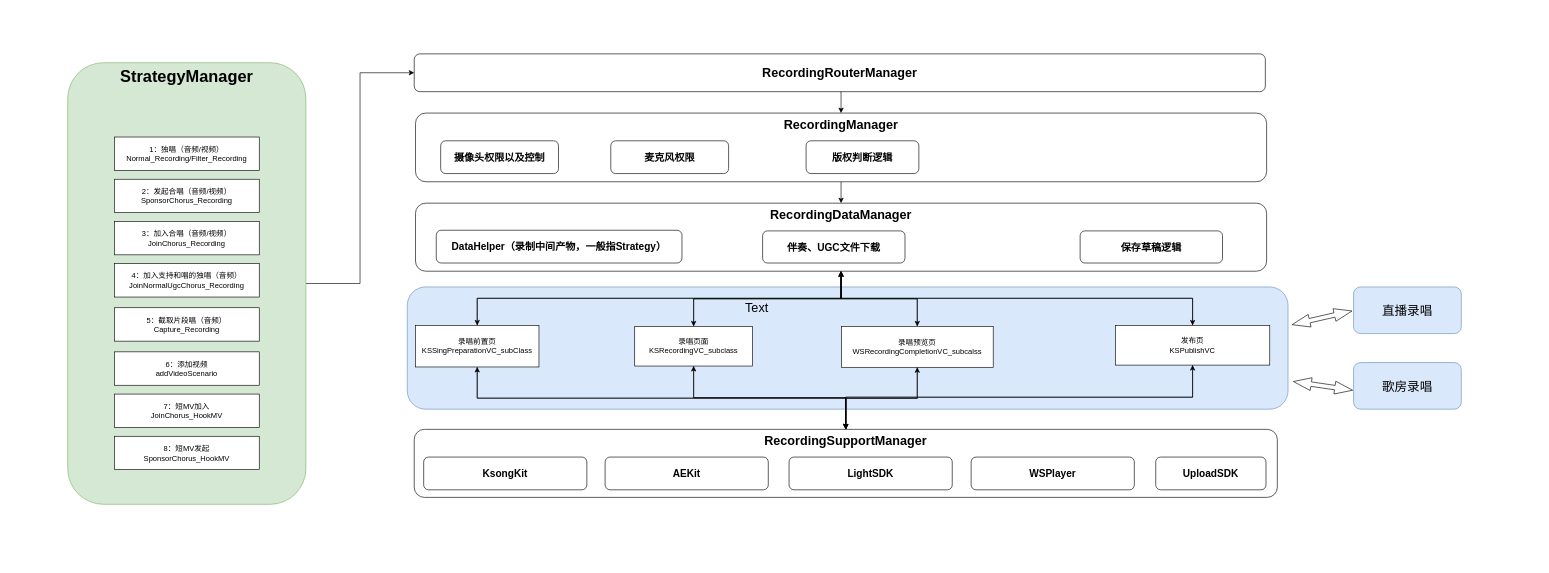
The draw.io diagram NewRecord.drawio in MolierQueen/Xmind, before the edit. Source tidied: cells renumbered, new cells numbered last; positions are measured from the earlier drawing's top-left corner, leaving out a move shared by most shapes. Both pictures are drawn from the tidied source at 63%, with x=0, y=0 at pixel (11, 12).
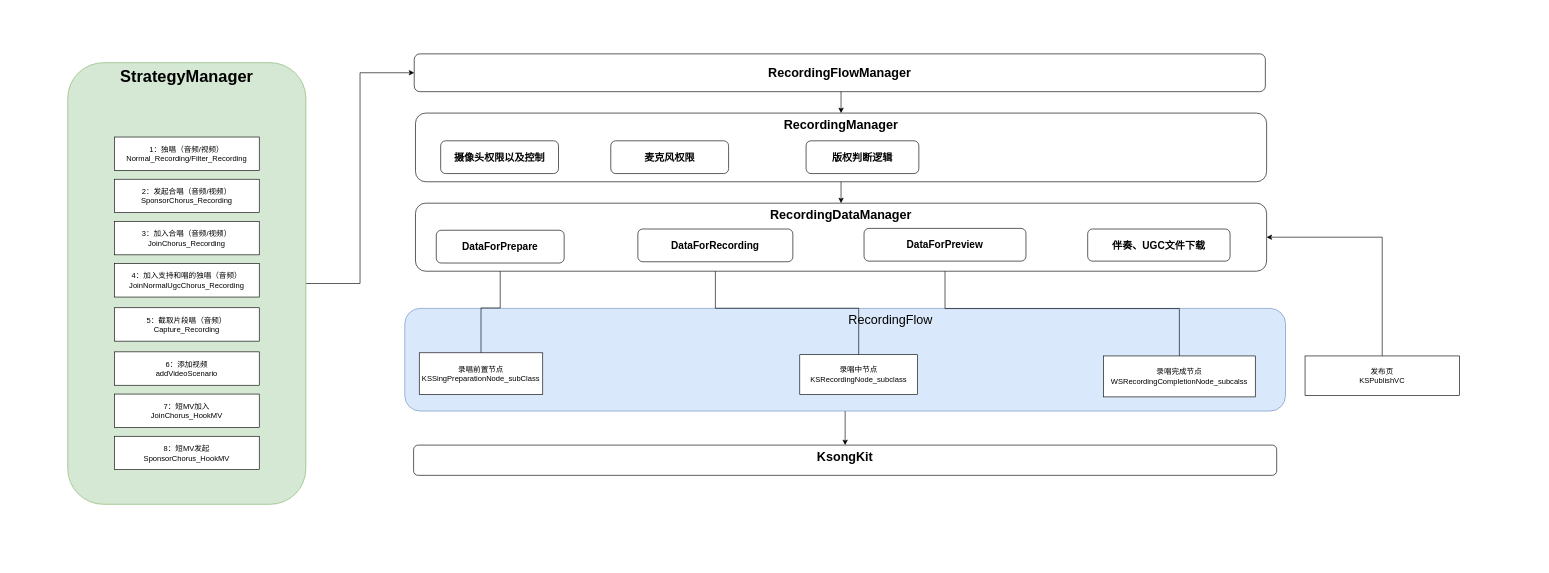
The same diagram, later.

The change refers to these unchanged cells:
```xml
<mxCell id="35" value="&lt;font style=&quot;font-size: 20px&quot;&gt;RecordingDataManager&lt;/font&gt;" style="rounded=1;whiteSpace=wrap;html=1;verticalAlign=top;fontStyle=1;fontSize=16;" parent="1" vertex="1">
  <mxGeometry x="642" y="303" width="1351" height="108" as="geometry" />
</mxCell>
```

The edit, as a diff of the source:
```diff
@@
+    <mxCell id="62" style="edgeStyle=orthogonalEdgeStyle;rounded=0;jettySize=auto;html=1;exitX=0.5;exitY=1;exitDx=0;exitDy=0;entryX=0.5;entryY=0;entryDx=0;entryDy=0;" parent="1" edge="1" source="2" target="46">
+      <mxGeometry relative="1" as="geometry" />
+    </mxCell>
-    <mxCell id="2" style="rounded=1;whiteSpace=wrap;html=1;fontSize=20;verticalAlign=middle;fillColor=#dae8fc;strokeColor=#6c8ebf;" parent="1" vertex="1">
-      <mxGeometry x="629" y="436" width="1398" height="194" as="geometry" />
+    <mxCell id="2" value="&amp;nbsp; &amp;nbsp; &amp;nbsp; &amp;nbsp; &amp;nbsp; &amp;nbsp; &amp;nbsp; &amp;nbsp; &amp;nbsp; &amp;nbsp; &amp;nbsp; &amp;nbsp; &amp;nbsp; RecordingFlow" style="rounded=1;whiteSpace=wrap;html=1;fontSize=20;verticalAlign=top;fillColor=#dae8fc;strokeColor=#6c8ebf;" parent="1" vertex="1">
+      <mxGeometry x="625" y="470" width="1398" height="163" as="geometry" />
     </mxCell>
@@
-    <mxCell id="18" style="edgeStyle=orthogonalEdgeStyle;rounded=0;jettySize=auto;html=1;exitX=0.5;exitY=1;exitDx=0;exitDy=0;entryX=0.5;entryY=0;entryDx=0;entryDy=0;fontSize=20;" parent="1" edge="1" source="20" target="46">
-      <mxGeometry relative="1" as="geometry" />
-    </mxCell>
-    <mxCell id="19" style="edgeStyle=orthogonalEdgeStyle;rounded=0;jettySize=auto;html=1;exitX=0.5;exitY=0;exitDx=0;exitDy=0;entryX=0.5;entryY=1;entryDx=0;entryDy=0;fontSize=20;" parent="1" edge="1" source="20" target="35">
-      <mxGeometry relative="1" as="geometry" />
-    </mxCell>
+    <mxCell id="63" style="edgeStyle=orthogonalEdgeStyle;rounded=0;jettySize=auto;html=1;exitX=0.5;exitY=0;exitDx=0;exitDy=0;" parent="1" edge="1" source="20" target="38">
+      <mxGeometry relative="1" as="geometry" />
+    </mxCell>
-    <mxCell id="20" value="&lt;div&gt;录唱前置页&lt;/div&gt;&lt;div&gt;KSSingPreparationVC_subClass&lt;/div&gt;" style="rounded=0;whiteSpace=wrap;html=1;" parent="1" vertex="1">
-      <mxGeometry x="642" y="497" width="196" height="66" as="geometry" />
+    <mxCell id="20" value="&lt;div&gt;录唱前置节点&lt;/div&gt;&lt;div&gt;KSSingPreparationNode_subClass&lt;/div&gt;" style="rounded=0;whiteSpace=wrap;html=1;" parent="1" vertex="1">
+      <mxGeometry x="648" y="540.5" width="196" height="66" as="geometry" />
     </mxCell>
-    <mxCell id="21" style="edgeStyle=orthogonalEdgeStyle;rounded=0;jettySize=auto;html=1;exitX=0.5;exitY=1;exitDx=0;exitDy=0;entryX=0.5;entryY=0;entryDx=0;entryDy=0;fontSize=20;" parent="1" edge="1" source="23" target="46">
-      <mxGeometry relative="1" as="geometry" />
-    </mxCell>
-    <mxCell id="22" style="edgeStyle=orthogonalEdgeStyle;rounded=0;jettySize=auto;html=1;exitX=0.5;exitY=0;exitDx=0;exitDy=0;entryX=0.5;entryY=1;entryDx=0;entryDy=0;fontSize=20;" parent="1" edge="1" source="23" target="35">
-      <mxGeometry relative="1" as="geometry" />
-    </mxCell>
+    <mxCell id="64" style="edgeStyle=orthogonalEdgeStyle;rounded=0;jettySize=auto;html=1;exitX=0.5;exitY=0;exitDx=0;exitDy=0;entryX=0.5;entryY=1;entryDx=0;entryDy=0;" parent="1" edge="1" source="23" target="66">
+      <mxGeometry relative="1" as="geometry" />
+    </mxCell>
-    <mxCell id="23" value="录唱页面&lt;br&gt;KSRecordingVC_subclass" style="rounded=0;whiteSpace=wrap;html=1;" parent="1" vertex="1">
-      <mxGeometry x="990" y="498.5" width="187" height="63" as="geometry" />
+    <mxCell id="23" value="录唱中节点&lt;br&gt;KSRecordingNode_subclass" style="rounded=0;whiteSpace=wrap;html=1;" parent="1" vertex="1">
+      <mxGeometry x="1252" y="543.5" width="187" height="63" as="geometry" />
     </mxCell>
-    <mxCell id="24" style="edgeStyle=orthogonalEdgeStyle;rounded=0;jettySize=auto;html=1;exitX=0.5;exitY=1;exitDx=0;exitDy=0;entryX=0.5;entryY=0;entryDx=0;entryDy=0;fontSize=20;" parent="1" edge="1" source="26" target="46">
-      <mxGeometry relative="1" as="geometry" />
-    </mxCell>
-    <mxCell id="25" style="edgeStyle=orthogonalEdgeStyle;rounded=0;jettySize=auto;html=1;exitX=0.5;exitY=0;exitDx=0;exitDy=0;entryX=0.5;entryY=1;entryDx=0;entryDy=0;fontSize=20;" parent="1" edge="1" source="26" target="35">
-      <mxGeometry relative="1" as="geometry" />
-    </mxCell>
+    <mxCell id="65" style="edgeStyle=orthogonalEdgeStyle;rounded=0;jettySize=auto;html=1;exitX=0.5;exitY=0;exitDx=0;exitDy=0;entryX=0.5;entryY=1;entryDx=0;entryDy=0;" parent="1" edge="1" source="26" target="67">
+      <mxGeometry relative="1" as="geometry" />
+    </mxCell>
-    <mxCell id="26" value="录唱预览页&lt;br&gt;WSRecordingCompletionVC_subcalss" style="rounded=0;whiteSpace=wrap;html=1;" parent="1" vertex="1">
-      <mxGeometry x="1318" y="498.5" width="241" height="65" as="geometry" />
+    <mxCell id="26" value="录唱完成节点&lt;br&gt;WSRecordingCompletionNode_subcalss" style="rounded=0;whiteSpace=wrap;html=1;" parent="1" vertex="1">
+      <mxGeometry x="1734" y="545.5" width="241" height="65" as="geometry" />
     </mxCell>
-    <mxCell id="27" style="edgeStyle=orthogonalEdgeStyle;rounded=0;jettySize=auto;html=1;exitX=0.5;exitY=0;exitDx=0;exitDy=0;entryX=0.5;entryY=1;entryDx=0;entryDy=0;fontSize=20;" parent="1" edge="1" source="29" target="35">
+    <mxCell id="27" style="edgeStyle=orthogonalEdgeStyle;rounded=0;jettySize=auto;html=1;exitX=0.5;exitY=0;exitDx=0;exitDy=0;entryX=1;entryY=0.5;entryDx=0;entryDy=0;" parent="1" edge="1" source="29" target="35">
       <mxGeometry relative="1" as="geometry" />
     </mxCell>
-    <mxCell id="28" style="edgeStyle=orthogonalEdgeStyle;rounded=0;jettySize=auto;html=1;exitX=0.5;exitY=1;exitDx=0;exitDy=0;entryX=0.5;entryY=0;entryDx=0;entryDy=0;fontSize=20;" parent="1" edge="1" source="29" target="46">
-      <mxGeometry relative="1" as="geometry" />
-    </mxCell>
     <mxCell id="29" value="发布页&#10;KSPublishVC" style="rounded=0;whiteSpace=wrap;html=1;" parent="1" vertex="1">
-      <mxGeometry x="1753" y="497" width="245" height="63" as="geometry" />
+      <mxGeometry x="2054" y="545.5" width="245" height="63" as="geometry" />
     </mxCell>
@@
-    <mxCell id="31" style="edgeStyle=orthogonalEdgeStyle;rounded=0;jettySize=auto;html=1;exitX=0.5;exitY=1;exitDx=0;exitDy=0;fontSize=20;" parent="1" edge="1" source="35" target="20">
-      <mxGeometry relative="1" as="geometry" />
-    </mxCell>
-    <mxCell id="32" style="edgeStyle=orthogonalEdgeStyle;rounded=0;jettySize=auto;html=1;exitX=0.5;exitY=1;exitDx=0;exitDy=0;entryX=0.5;entryY=0;entryDx=0;entryDy=0;fontSize=20;" parent="1" edge="1" source="35" target="23">
-      <mxGeometry relative="1" as="geometry" />
-    </mxCell>
-    <mxCell id="33" style="edgeStyle=orthogonalEdgeStyle;rounded=0;jettySize=auto;html=1;exitX=0.5;exitY=1;exitDx=0;exitDy=0;entryX=0.5;entryY=0;entryDx=0;entryDy=0;fontSize=20;" parent="1" edge="1" source="35" target="26">
-      <mxGeometry relative="1" as="geometry" />
-    </mxCell>
-    <mxCell id="34" style="edgeStyle=orthogonalEdgeStyle;rounded=0;jettySize=auto;html=1;exitX=0.5;exitY=1;exitDx=0;exitDy=0;entryX=0.5;entryY=0;entryDx=0;entryDy=0;fontSize=20;" parent="1" edge="1" source="35" target="29">
-      <mxGeometry relative="1" as="geometry" />
-    </mxCell>
@@
-    <mxCell id="37" value="RecordingRouterManager" style="rounded=1;whiteSpace=wrap;html=1;verticalAlign=middle;fontStyle=1;fontSize=20;" parent="1" vertex="1">
+    <mxCell id="37" value="RecordingFlowManager" style="rounded=1;whiteSpace=wrap;html=1;verticalAlign=middle;fontStyle=1;fontSize=20;" parent="1" vertex="1">
       <mxGeometry x="640" y="66" width="1351" height="60" as="geometry" />
     </mxCell>
-    <mxCell id="38" value="DataHelper（录制中间产物，一般指Strategy）" style="rounded=1;whiteSpace=wrap;html=1;verticalAlign=middle;fontStyle=1;fontSize=16;" parent="1" vertex="1">
-      <mxGeometry x="675" y="346" width="390" height="52" as="geometry" />
+    <mxCell id="38" value="DataForPrepare" style="rounded=1;whiteSpace=wrap;html=1;verticalAlign=middle;fontStyle=1;fontSize=16;" parent="1" vertex="1">
+      <mxGeometry x="675" y="346" width="203" height="52" as="geometry" />
     </mxCell>
     <mxCell id="39" value="伴奏、UGC文件下载" style="rounded=1;whiteSpace=wrap;html=1;verticalAlign=middle;fontStyle=1;fontSize=16;" parent="1" vertex="1">
-      <mxGeometry x="1193" y="347" width="226" height="51" as="geometry" />
+      <mxGeometry x="1709" y="344" width="226" height="51" as="geometry" />
     </mxCell>
-    <mxCell id="40" value="保存草稿逻辑" style="rounded=1;whiteSpace=wrap;html=1;verticalAlign=middle;fontStyle=1;fontSize=16;" parent="1" vertex="1">
-      <mxGeometry x="1697" y="347" width="226" height="51" as="geometry" />
-    </mxCell>
@@
-    <mxCell id="42" style="edgeStyle=orthogonalEdgeStyle;rounded=0;jettySize=auto;html=1;exitX=0.5;exitY=0;exitDx=0;exitDy=0;entryX=0.5;entryY=1;entryDx=0;entryDy=0;fontSize=20;" parent="1" edge="1" source="46" target="20">
-      <mxGeometry relative="1" as="geometry" />
-    </mxCell>
-    <mxCell id="43" style="edgeStyle=orthogonalEdgeStyle;rounded=0;jettySize=auto;html=1;exitX=0.5;exitY=0;exitDx=0;exitDy=0;entryX=0.5;entryY=1;entryDx=0;entryDy=0;fontSize=20;" parent="1" edge="1" source="46" target="23">
-      <mxGeometry relative="1" as="geometry" />
-    </mxCell>
-    <mxCell id="44" style="edgeStyle=orthogonalEdgeStyle;rounded=0;jettySize=auto;html=1;exitX=0.5;exitY=0;exitDx=0;exitDy=0;entryX=0.5;entryY=1;entryDx=0;entryDy=0;fontSize=20;" parent="1" edge="1" source="46" target="26">
-      <mxGeometry relative="1" as="geometry" />
-    </mxCell>
-    <mxCell id="45" style="edgeStyle=orthogonalEdgeStyle;rounded=0;jettySize=auto;html=1;exitX=0.5;exitY=0;exitDx=0;exitDy=0;entryX=0.5;entryY=1;entryDx=0;entryDy=0;fontSize=20;" parent="1" edge="1" source="46" target="29">
-      <mxGeometry relative="1" as="geometry" />
-    </mxCell>
-    <mxCell id="46" value="&lt;font style=&quot;font-size: 20px&quot;&gt;RecordingSupportManager&lt;/font&gt;" style="rounded=1;whiteSpace=wrap;html=1;verticalAlign=top;fontStyle=1;fontSize=16;" parent="1" vertex="1">
-      <mxGeometry x="640" y="662" width="1370" height="108" as="geometry" />
+    <mxCell id="46" value="&lt;font style=&quot;font-size: 20px&quot;&gt;KsongKit&lt;/font&gt;" style="rounded=1;whiteSpace=wrap;html=1;verticalAlign=top;fontStyle=1;fontSize=16;" parent="1" vertex="1">
+      <mxGeometry x="639" y="687" width="1370" height="48" as="geometry" />
     </mxCell>
-    <mxCell id="47" value="KsongKit" style="rounded=1;whiteSpace=wrap;html=1;verticalAlign=middle;fontStyle=1;fontSize=16;" parent="1" vertex="1">
-      <mxGeometry x="655" y="706" width="259" height="52" as="geometry" />
-    </mxCell>
-    <mxCell id="48" value="AEKit" style="rounded=1;whiteSpace=wrap;html=1;verticalAlign=middle;fontStyle=1;fontSize=16;" parent="1" vertex="1">
-      <mxGeometry x="943" y="706" width="259" height="52" as="geometry" />
-    </mxCell>
-    <mxCell id="49" value="LightSDK" style="rounded=1;whiteSpace=wrap;html=1;verticalAlign=middle;fontStyle=1;fontSize=16;" parent="1" vertex="1">
-      <mxGeometry x="1235" y="706" width="259" height="52" as="geometry" />
-    </mxCell>
-    <mxCell id="50" value="WSPlayer" style="rounded=1;whiteSpace=wrap;html=1;verticalAlign=middle;fontStyle=1;fontSize=16;" parent="1" vertex="1">
-      <mxGeometry x="1524" y="706" width="259" height="52" as="geometry" />
-    </mxCell>
-    <mxCell id="51" value="UploadSDK" style="rounded=1;whiteSpace=wrap;html=1;verticalAlign=middle;fontStyle=1;fontSize=16;" parent="1" vertex="1">
-      <mxGeometry x="1817" y="706" width="175" height="52" as="geometry" />
-    </mxCell>
-    <mxCell id="52" value="直播录唱" style="rounded=1;whiteSpace=wrap;html=1;fontSize=20;verticalAlign=middle;fillColor=#dae8fc;strokeColor=#6c8ebf;" parent="1" vertex="1">
-      <mxGeometry x="2131" y="436" width="171" height="74" as="geometry" />
-    </mxCell>
-    <mxCell id="53" value="歌房录唱" style="rounded=1;whiteSpace=wrap;html=1;fontSize=20;verticalAlign=middle;fillColor=#dae8fc;strokeColor=#6c8ebf;" parent="1" vertex="1">
-      <mxGeometry x="2131" y="556" width="171" height="74" as="geometry" />
-    </mxCell>
-    <mxCell id="54" style="shape=flexArrow;endArrow=classic;startArrow=classic;html=1;fontSize=20;width=7.0588235294117645;endSize=9.16470588235294;endWidth=12.456747404844291;startSize=9.16470588235294;startWidth=12.456747404844291;" parent="1" edge="1">
-      <mxGeometry relative="1" as="geometry">
-        <mxPoint x="2033" y="496" as="sourcePoint" />
-        <mxPoint x="2129" y="474" as="targetPoint" />
-      </mxGeometry>
-    </mxCell>
-    <mxCell id="55" style="shape=flexArrow;endArrow=classic;startArrow=classic;html=1;fontSize=20;width=7.0588235294117645;endSize=9.16470588235294;endWidth=12.456747404844291;startSize=9.16470588235294;startWidth=12.456747404844291;" parent="1" edge="1">
-      <mxGeometry relative="1" as="geometry">
-        <mxPoint x="2035" y="586" as="sourcePoint" />
-        <mxPoint x="2130" y="600" as="targetPoint" />
-      </mxGeometry>
-    </mxCell>
-    <mxCell id="56" value="Text" style="text;html=1;strokeColor=none;fillColor=none;align=center;verticalAlign=middle;whiteSpace=wrap;rounded=0;fontSize=20;" parent="1" vertex="1">
-      <mxGeometry x="1164" y="458" width="40" height="20" as="geometry" />
-    </mxCell>
@@
+    <mxCell id="66" value="DataForRecording" style="rounded=1;whiteSpace=wrap;html=1;verticalAlign=middle;fontStyle=1;fontSize=16;" parent="1" vertex="1">
+      <mxGeometry x="995" y="344" width="246" height="52" as="geometry" />
+    </mxCell>
+    <mxCell id="67" value="DataForPreview" style="rounded=1;whiteSpace=wrap;html=1;verticalAlign=middle;fontStyle=1;fontSize=16;" parent="1" vertex="1">
+      <mxGeometry x="1354" y="343" width="257" height="52" as="geometry" />
+    </mxCell>
```
